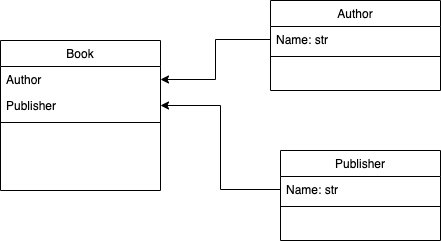
Earlier version of the draw.io export week_02/day_1/book_class.png (GPSPic/CodeClan_homework). Source tidied: cells renumbered, new cells last; positions are measured from the earlier drawing's top-left corner, leaving out a move shared by most shapes.
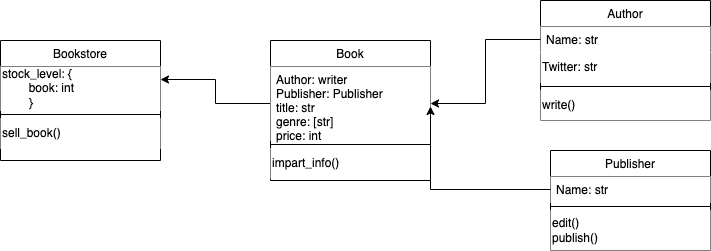
Later version of the same file.

Commit message:
correct class diagram

The edit, as a diff of the source:
```diff
@@ -3,40 +3,68 @@
     <mxCell id="0" />
     <mxCell id="1" parent="0" />
     <mxCell id="2" value="Book" style="swimlane;fontStyle=0;align=center;verticalAlign=top;horizontal=1;startSize=26;rounded=0;shadow=0;strokeWidth=1;fillColor=#FFFFFF;" parent="1" vertex="1">
-      <mxGeometry y="40" width="160" height="150" as="geometry" />
+      <mxGeometry y="40" width="160" height="140" as="geometry" />
     </mxCell>
+    <mxCell id="14" style="edgeStyle=orthogonalEdgeStyle;rounded=0;jettySize=auto;html=1;exitX=0;exitY=0.5;exitDx=0;exitDy=0;" parent="2" edge="1" source="3">
+      <mxGeometry relative="1" as="geometry">
+        <mxPoint x="-110" y="39" as="targetPoint" />
+      </mxGeometry>
+    </mxCell>
-    <mxCell id="3" value="Author" style="text;align=left;verticalAlign=top;spacingLeft=4;spacingRight=4;overflow=hidden;points=[[0,0.5],[1,0.5]];portConstraint=eastwest;" parent="2" vertex="1">
-      <mxGeometry y="26" width="160" height="26" as="geometry" />
+    <mxCell id="3" value="Author: writer&#10;Publisher: Publisher&#10;title: str&#10;genre: [str]&#10;price: int" style="text;align=left;verticalAlign=top;spacingLeft=4;spacingRight=4;overflow=hidden;points=[[0,0.5],[1,0.5]];portConstraint=eastwest;fillColor=#FFFFFF;" parent="2" vertex="1">
+      <mxGeometry y="26" width="160" height="74" as="geometry" />
     </mxCell>
-    <mxCell id="4" value="Publisher" style="text;align=left;verticalAlign=top;spacingLeft=4;spacingRight=4;overflow=hidden;points=[[0,0.5],[1,0.5]];portConstraint=eastwest;rounded=0;shadow=0;html=0;" parent="2" vertex="1">
-      <mxGeometry y="52" width="160" height="26" as="geometry" />
-    </mxCell>
     <mxCell id="5" style="line;html=1;strokeWidth=1;align=left;verticalAlign=middle;spacingTop=-1;spacingLeft=3;spacingRight=3;labelPosition=right;" parent="2" vertex="1">
-      <mxGeometry y="78" width="160" height="8" as="geometry" />
+      <mxGeometry y="100" width="160" height="8" as="geometry" />
     </mxCell>
+    <mxCell id="15" value="impart_info()" style="text;html=1;align=left;verticalAlign=middle;strokeColor=none;fillColor=default;" parent="2" vertex="1">
+      <mxGeometry y="108" width="160" height="30" as="geometry" />
+    </mxCell>
-    <mxCell id="6" value="Author" style="swimlane;fontStyle=0;align=center;verticalAlign=top;horizontal=1;startSize=26;rounded=0;shadow=0;strokeWidth=1;fillColor=#FFFFFF;" parent="1" vertex="1">
-      <mxGeometry x="270" width="170" height="90" as="geometry" />
+    <mxCell id="6" value="Author" style="swimlane;fontStyle=0;align=center;verticalAlign=top;horizontal=1;startSize=26;rounded=0;shadow=0;strokeWidth=1;gradientColor=none;fillColor=#FFFFFF;" parent="1" vertex="1">
+      <mxGeometry x="270" width="170" height="120" as="geometry" />
     </mxCell>
-    <mxCell id="7" value="Name: str" style="text;align=left;verticalAlign=top;spacingLeft=4;spacingRight=4;overflow=hidden;points=[[0,0.5],[1,0.5]];portConstraint=eastwest;" parent="6" vertex="1">
+    <mxCell id="7" value="Name: str" style="text;align=left;verticalAlign=top;spacingLeft=4;spacingRight=4;overflow=hidden;points=[[0,0.5],[1,0.5]];portConstraint=eastwest;fillColor=default;" parent="6" vertex="1">
       <mxGeometry y="26" width="170" height="26" as="geometry" />
     </mxCell>
+    <mxCell id="16" value="Twitter: str" style="text;html=1;strokeColor=none;fillColor=default;align=left;verticalAlign=middle;whiteSpace=wrap;rounded=0;" parent="6" vertex="1">
+      <mxGeometry y="52" width="170" height="30" as="geometry" />
+    </mxCell>
     <mxCell id="8" style="line;html=1;strokeWidth=1;align=left;verticalAlign=middle;spacingTop=-1;spacingLeft=3;spacingRight=3;labelPosition=right;" parent="6" vertex="1">
-      <mxGeometry y="52" width="170" height="8" as="geometry" />
+      <mxGeometry y="82" width="170" height="8" as="geometry" />
     </mxCell>
+    <mxCell id="17" value="write()" style="text;html=1;align=left;verticalAlign=middle;strokeColor=none;fillColor=default;" parent="6" vertex="1">
+      <mxGeometry y="90" width="170" height="30" as="geometry" />
+    </mxCell>
-    <mxCell id="9" value="Publisher" style="swimlane;fontStyle=0;align=center;verticalAlign=top;horizontal=1;startSize=26;rounded=0;shadow=0;strokeWidth=1;fillColor=#FFFFFF;" parent="1" vertex="1">
-      <mxGeometry x="280" y="150" width="160" height="90" as="geometry" />
+    <mxCell id="9" value="Publisher" style="swimlane;fontStyle=0;align=center;verticalAlign=top;horizontal=1;startSize=26;rounded=0;shadow=0;strokeWidth=1;fillColor=#FFFFFF;gradientColor=none;" parent="1" vertex="1">
+      <mxGeometry x="280" y="150" width="160" height="100" as="geometry" />
     </mxCell>
-    <mxCell id="10" value="Name: str" style="text;align=left;verticalAlign=top;spacingLeft=4;spacingRight=4;overflow=hidden;points=[[0,0.5],[1,0.5]];portConstraint=eastwest;" parent="9" vertex="1">
+    <mxCell id="10" value="Name: str" style="text;align=left;verticalAlign=top;spacingLeft=4;spacingRight=4;overflow=hidden;points=[[0,0.5],[1,0.5]];portConstraint=eastwest;fillColor=default;" parent="9" vertex="1">
       <mxGeometry y="26" width="160" height="26" as="geometry" />
     </mxCell>
     <mxCell id="11" style="line;html=1;strokeWidth=1;align=left;verticalAlign=middle;spacingTop=-1;spacingLeft=3;spacingRight=3;labelPosition=right;" parent="9" vertex="1">
       <mxGeometry y="52" width="160" height="8" as="geometry" />
     </mxCell>
+    <mxCell id="18" value="edit()&lt;br&gt;publish()" style="text;html=1;align=left;verticalAlign=middle;strokeColor=none;fillColor=default;" parent="9" vertex="1">
+      <mxGeometry y="60" width="160" height="40" as="geometry" />
+    </mxCell>
     <mxCell id="12" style="edgeStyle=orthogonalEdgeStyle;rounded=0;jettySize=auto;html=1;exitX=0;exitY=0.5;exitDx=0;exitDy=0;entryX=1;entryY=0.5;entryDx=0;entryDy=0;" parent="1" edge="1" source="7" target="3">
       <mxGeometry relative="1" as="geometry" />
     </mxCell>
-    <mxCell id="13" style="edgeStyle=orthogonalEdgeStyle;rounded=0;jettySize=auto;html=1;exitX=0;exitY=0.5;exitDx=0;exitDy=0;entryX=1;entryY=0.5;entryDx=0;entryDy=0;" parent="1" edge="1" source="10" target="4">
-      <mxGeometry relative="1" as="geometry" />
+    <mxCell id="13" style="edgeStyle=orthogonalEdgeStyle;rounded=0;jettySize=auto;html=1;exitX=0;exitY=0.5;exitDx=0;exitDy=0;entryX=1;entryY=0.5;entryDx=0;entryDy=0;" parent="1" edge="1" source="10">
+      <mxGeometry relative="1" as="geometry">
+        <mxPoint x="160" y="106" as="targetPoint" />
+      </mxGeometry>
     </mxCell>
+    <mxCell id="19" value="Bookstore" style="swimlane;fontStyle=0;align=center;verticalAlign=top;horizontal=1;startSize=26;rounded=0;shadow=0;strokeWidth=1;fillColor=#FFFFFF;" parent="1" vertex="1">
+      <mxGeometry x="-270" y="40" width="160" height="120" as="geometry" />
+    </mxCell>
+    <mxCell id="20" value="stock_level: {&lt;br&gt;&lt;span style=&quot;white-space: pre;&quot;&gt;&#9;&lt;/span&gt;book: int&lt;br&gt;&lt;span style=&quot;white-space: pre;&quot;&gt;&#9;&lt;/span&gt;}" style="text;html=1;strokeColor=none;fillColor=default;align=left;verticalAlign=middle;whiteSpace=wrap;rounded=0;" parent="19" vertex="1">
+      <mxGeometry y="26" width="160" height="44" as="geometry" />
+    </mxCell>
+    <mxCell id="21" style="line;html=1;strokeWidth=1;align=left;verticalAlign=middle;spacingTop=-1;spacingLeft=3;spacingRight=3;labelPosition=right;" parent="19" vertex="1">
+      <mxGeometry y="70" width="160" height="8" as="geometry" />
+    </mxCell>
+    <mxCell id="22" value="sell_book()&lt;br&gt;" style="text;html=1;align=left;verticalAlign=middle;strokeColor=none;fillColor=default;" parent="19" vertex="1">
+      <mxGeometry y="78" width="160" height="30" as="geometry" />
+    </mxCell>
   </root>
 </mxGraphModel>
```
